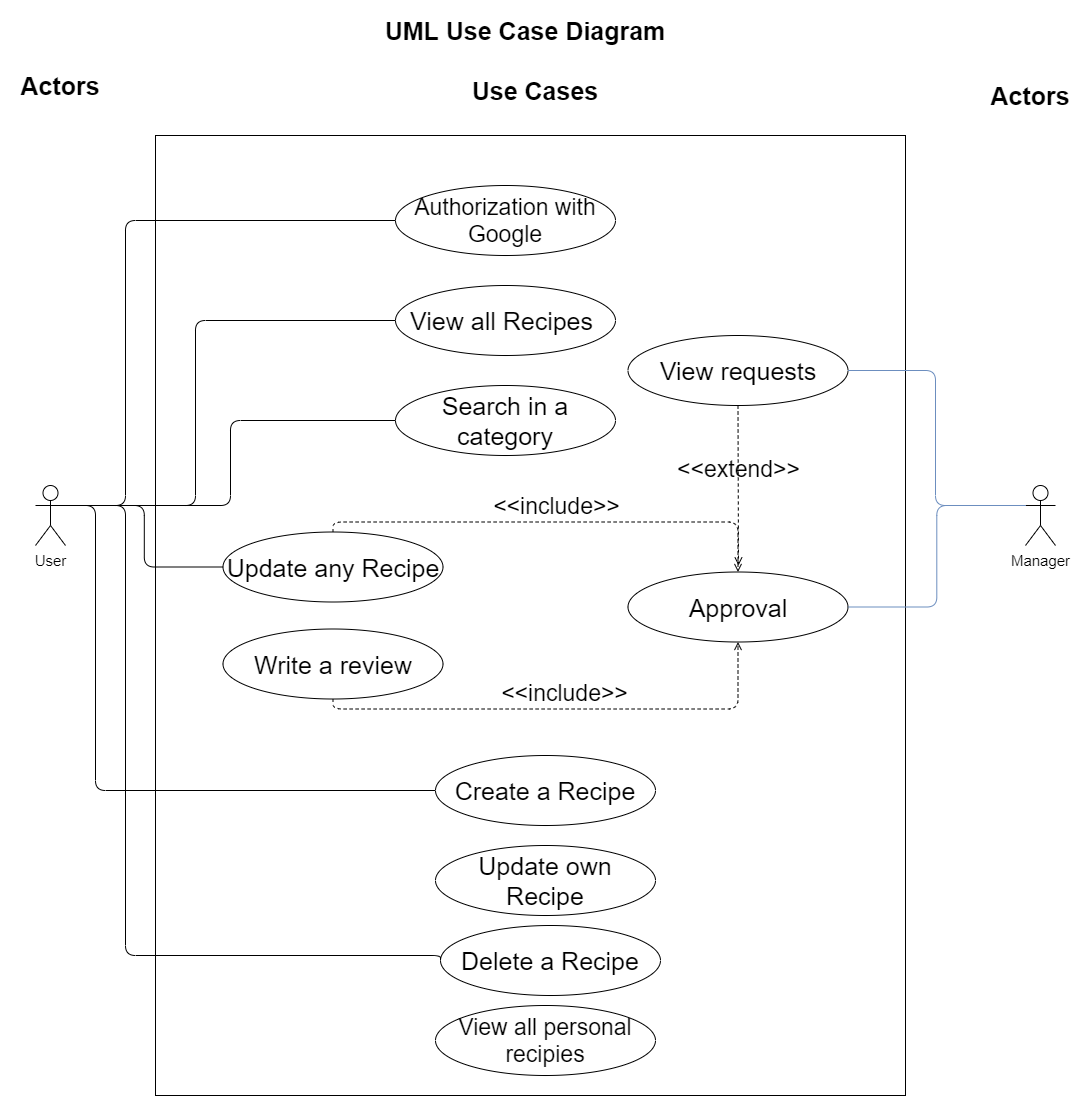
The draw.io diagram data/UML Use Case Diagram.drawio.png in MK-314/2204_IT_Project, before a commit. Source tidied: cells renumbered, new cells last; positions are measured from the earlier drawing's top-left corner, leaving out a move shared by most shapes.
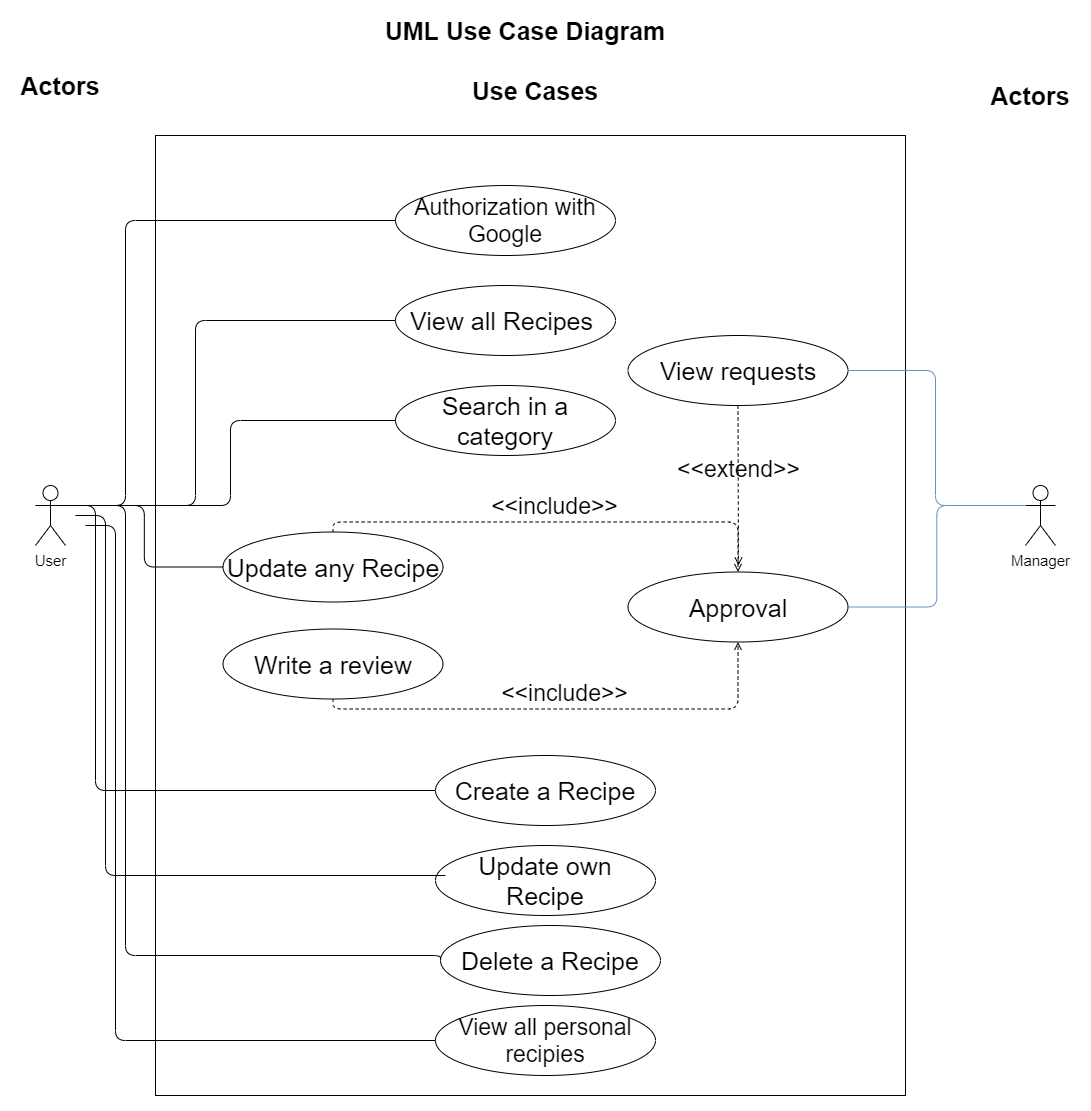
Later version of the same file.

Commit message:
use case fix up

Diff of the diagram source:
```diff
@@ -123,5 +123,24 @@
         </Array>
       </mxGeometry>
     </mxCell>
+    <mxCell id="31" style="endArrow=none;html=1;fontSize=15;exitX=1;exitY=0.3333333333333333;exitDx=0;exitDy=0;exitPerimeter=0;edgeStyle=orthogonalEdgeStyle;rounded=1;jumpStyle=none;" parent="1" edge="1">
+      <mxGeometry relative="1" as="geometry">
+        <mxPoint x="60" y="495" as="sourcePoint" />
+        <mxPoint x="430" y="855" as="targetPoint" />
+        <Array as="points">
+          <mxPoint x="90" y="495" />
+          <mxPoint x="90" y="855" />
+        </Array>
+      </mxGeometry>
+    </mxCell>
+    <mxCell id="32" style="endArrow=none;html=1;fontSize=15;exitX=1;exitY=0.3333333333333333;exitDx=0;exitDy=0;exitPerimeter=0;edgeStyle=orthogonalEdgeStyle;rounded=1;jumpStyle=none;entryX=0;entryY=0.5;entryDx=0;entryDy=0;" parent="1" edge="1" target="21">
+      <mxGeometry relative="1" as="geometry">
+        <mxPoint x="70" y="505" as="sourcePoint" />
+        <Array as="points">
+          <mxPoint x="100" y="505" />
+          <mxPoint x="100" y="1020" />
+        </Array>
+      </mxGeometry>
+    </mxCell>
   </root>
 </mxGraphModel>
```
